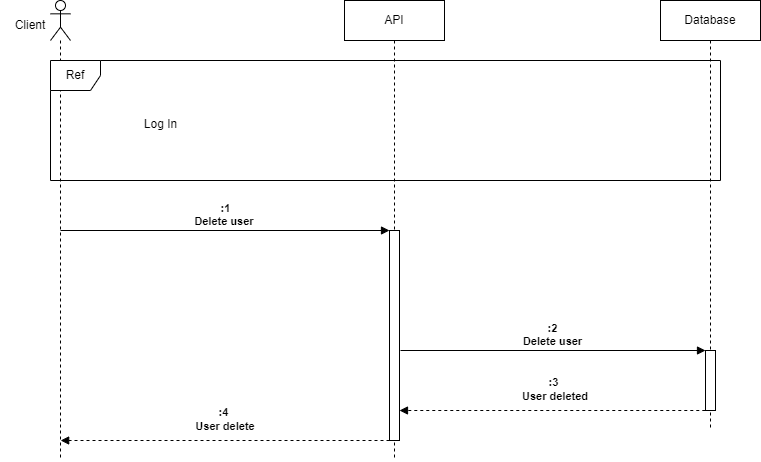
Above: diagrams/Delete User.png in Jexinte/Bilemo-API (draw.io), before the change. Source tidied: cells renumbered, new cells last; positions are measured from the earlier drawing's top-left corner, leaving out a move shared by most shapes. Its diagram source:
```xml
<mxGraphModel>
  <root>
    <mxCell id="0" />
    <mxCell id="1" parent="0" />
    <mxCell id="2" value="API" style="shape=umlLifeline;perimeter=lifelinePerimeter;whiteSpace=wrap;html=1;newEdgeStyle={&quot;edgeStyle&quot;:&quot;elbowEdgeStyle&quot;,&quot;elbow&quot;:&quot;vertical&quot;,&quot;curved&quot;:0,&quot;rounded&quot;:0};" parent="1" vertex="1">
      <mxGeometry x="344" width="100" height="460" as="geometry" />
    </mxCell>
    <mxCell id="3" style="html=1;points=[];perimeter=orthogonalPerimeter;outlineConnect=0;targetShapes=umlLifeline;portConstraint=eastwest;newEdgeStyle={&quot;edgeStyle&quot;:&quot;elbowEdgeStyle&quot;,&quot;elbow&quot;:&quot;vertical&quot;,&quot;curved&quot;:0,&quot;rounded&quot;:0};" parent="2" vertex="1">
      <mxGeometry x="45" y="230" width="10" height="210" as="geometry" />
    </mxCell>
    <mxCell id="4" value="Database" style="shape=umlLifeline;perimeter=lifelinePerimeter;whiteSpace=wrap;html=1;newEdgeStyle={&quot;edgeStyle&quot;:&quot;elbowEdgeStyle&quot;,&quot;elbow&quot;:&quot;vertical&quot;,&quot;curved&quot;:0,&quot;rounded&quot;:0};" parent="1" vertex="1">
      <mxGeometry x="660" width="100" height="430" as="geometry" />
    </mxCell>
    <mxCell id="5" style="html=1;points=[];perimeter=orthogonalPerimeter;outlineConnect=0;targetShapes=umlLifeline;portConstraint=eastwest;newEdgeStyle={&quot;edgeStyle&quot;:&quot;elbowEdgeStyle&quot;,&quot;elbow&quot;:&quot;vertical&quot;,&quot;curved&quot;:0,&quot;rounded&quot;:0};" parent="4" vertex="1">
      <mxGeometry x="45" y="350" width="10" height="60" as="geometry" />
    </mxCell>
    <mxCell id="6" style="shape=umlLifeline;perimeter=lifelinePerimeter;whiteSpace=wrap;html=1;newEdgeStyle={&quot;edgeStyle&quot;:&quot;elbowEdgeStyle&quot;,&quot;elbow&quot;:&quot;vertical&quot;,&quot;curved&quot;:0,&quot;rounded&quot;:0};participant=umlActor;" parent="1" vertex="1">
      <mxGeometry x="50" width="20" height="460" as="geometry" />
    </mxCell>
    <mxCell id="7" value="Client" style="text;html=1;strokeColor=none;fillColor=none;align=center;verticalAlign=middle;whiteSpace=wrap;rounded=0;" parent="1" vertex="1">
      <mxGeometry y="10" width="60" height="30" as="geometry" />
    </mxCell>
    <mxCell id="8" value="Ref" style="shape=umlFrame;whiteSpace=wrap;html=1;width=50;" parent="1" vertex="1">
      <mxGeometry x="50" y="60" width="670" height="120" as="geometry" />
    </mxCell>
    <mxCell id="9" value="Log In" style="text;align=center;html=1;" parent="8" vertex="1">
      <mxGeometry width="100" height="20" relative="1" as="geometry">
        <mxPoint x="60" y="50" as="offset" />
      </mxGeometry>
    </mxCell>
    <mxCell id="10" value=":1&lt;br&gt;Delete user&amp;nbsp;" style="html=1;verticalAlign=bottom;endArrow=block;edgeStyle=elbowEdgeStyle;elbow=vertical;curved=0;rounded=0;fontStyle=1;" parent="1" edge="1">
      <mxGeometry relative="1" as="geometry">
        <mxPoint x="60" y="230" as="sourcePoint" />
        <mxPoint x="389" y="230" as="targetPoint" />
        <Array as="points">
          <mxPoint x="109.5" y="230" />
          <mxPoint x="49.5" y="310" />
        </Array>
      </mxGeometry>
    </mxCell>
    <mxCell id="11" value=":2&lt;br&gt;Delete user" style="html=1;verticalAlign=bottom;endArrow=block;edgeStyle=elbowEdgeStyle;elbow=vertical;curved=0;rounded=0;fontStyle=1;" parent="1" edge="1" target="5">
      <mxGeometry relative="1" as="geometry">
        <mxPoint x="400" y="350" as="sourcePoint" />
        <Array as="points">
          <mxPoint x="449.5" y="350" />
          <mxPoint x="389.5" y="430" />
        </Array>
      </mxGeometry>
    </mxCell>
    <mxCell id="12" style="html=1;verticalAlign=bottom;labelBackgroundColor=none;endArrow=block;endFill=1;dashed=1;rounded=0;" parent="1" edge="1" target="3">
      <mxGeometry relative="1" as="geometry">
        <mxPoint x="704.8" y="410" as="sourcePoint" />
      </mxGeometry>
    </mxCell>
    <mxCell id="13" value=":3&amp;nbsp;&lt;br style=&quot;font-size: 11px;&quot;&gt;User deleted" style="text;html=1;strokeColor=none;fillColor=none;align=center;verticalAlign=middle;whiteSpace=wrap;rounded=0;fontSize=11;fontStyle=1;" parent="1" vertex="1">
      <mxGeometry x="520" y="374" width="70" height="30" as="geometry" />
    </mxCell>
    <mxCell id="14" value=":4&amp;nbsp;&lt;br style=&quot;font-size: 11px;&quot;&gt;User delete" style="text;html=1;strokeColor=none;fillColor=none;align=center;verticalAlign=middle;whiteSpace=wrap;rounded=0;fontSize=11;fontStyle=1;" parent="1" vertex="1">
      <mxGeometry x="190" y="404" width="70" height="30" as="geometry" />
    </mxCell>
    <mxCell id="15" style="html=1;verticalAlign=bottom;labelBackgroundColor=none;endArrow=block;endFill=1;dashed=1;rounded=0;" parent="1" edge="1">
      <mxGeometry relative="1" as="geometry">
        <mxPoint x="389" y="440" as="sourcePoint" />
        <mxPoint x="60.2" y="440" as="targetPoint" />
      </mxGeometry>
    </mxCell>
  </root>
</mxGraphModel>
```
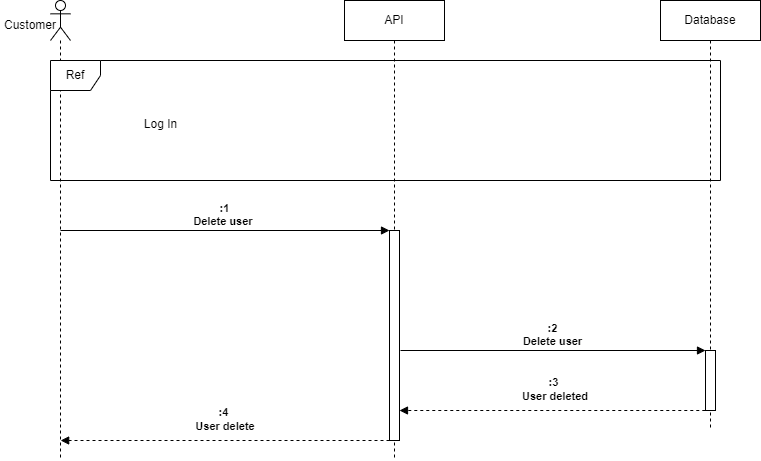
Later version of the same file.

Commit message:
update client typo to customer on sequence diagrams

Change to the diagram source:
```diff
@@ -17,7 +17,7 @@
     <mxCell id="6" style="shape=umlLifeline;perimeter=lifelinePerimeter;whiteSpace=wrap;html=1;newEdgeStyle={&quot;edgeStyle&quot;:&quot;elbowEdgeStyle&quot;,&quot;elbow&quot;:&quot;vertical&quot;,&quot;curved&quot;:0,&quot;rounded&quot;:0};participant=umlActor;" parent="1" vertex="1">
       <mxGeometry x="50" width="20" height="460" as="geometry" />
     </mxCell>
-    <mxCell id="7" value="Client" style="text;html=1;strokeColor=none;fillColor=none;align=center;verticalAlign=middle;whiteSpace=wrap;rounded=0;" parent="1" vertex="1">
+    <mxCell id="7" value="Customer" style="text;html=1;strokeColor=none;fillColor=none;align=center;verticalAlign=middle;whiteSpace=wrap;rounded=0;" parent="1" vertex="1">
       <mxGeometry y="10" width="60" height="30" as="geometry" />
     </mxCell>
     <mxCell id="8" value="Ref" style="shape=umlFrame;whiteSpace=wrap;html=1;width=50;" parent="1" vertex="1">
```
